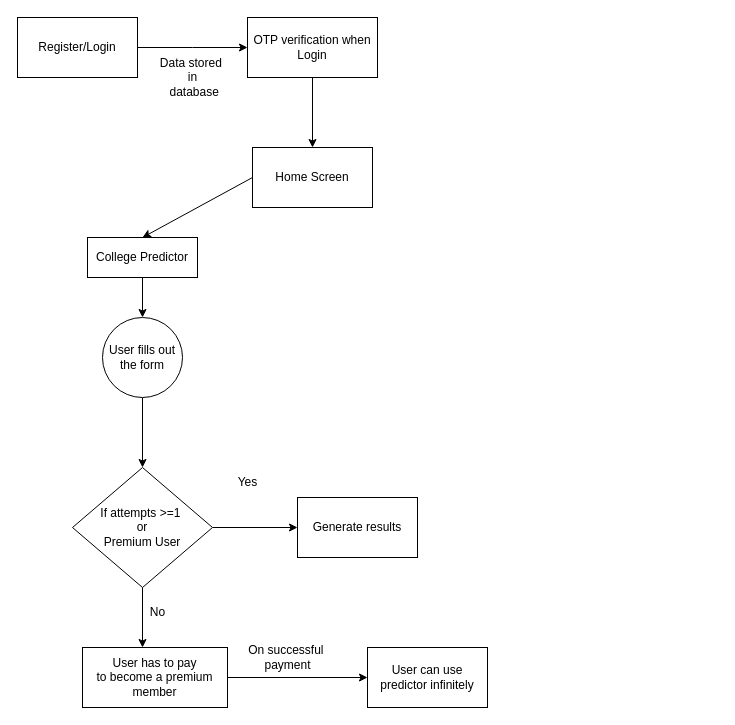
Before: Untitled Diagram.drawio in Mayukh0108/Diagrams, a draw.io diagram. Source tidied: cells renumbered, new cells numbered last; positions are measured from the earlier drawing's top-left corner, leaving out a move shared by most shapes. Both pictures are drawn from the tidied source at 100%, with x=0, y=0 at pixel (17, 17).
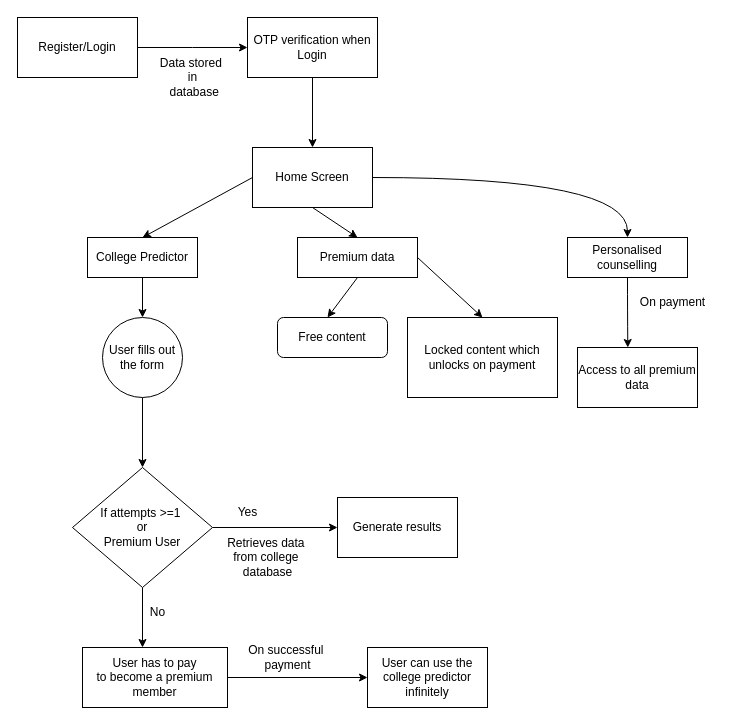
The same page after the edit.

The change refers to these unchanged cells:
```xml
<mxCell id="7" value="Home Screen" style="rounded=0;whiteSpace=wrap;html=1;" parent="1" vertex="1">
  <mxGeometry x="235" y="130" width="120" height="60" as="geometry" />
</mxCell>
```

Diff of the diagram source:
```diff
@@
+    <mxCell id="23" style="edgeStyle=none;rounded=0;jettySize=auto;html=1;exitX=0.5;exitY=1;exitDx=0;exitDy=0;entryX=0.5;entryY=0;entryDx=0;entryDy=0;" parent="1" edge="1" source="7" target="27">
+      <mxGeometry relative="1" as="geometry" />
+    </mxCell>
+    <mxCell id="24" style="edgeStyle=orthogonalEdgeStyle;curved=1;rounded=0;jettySize=auto;html=1;exitX=1;exitY=0.5;exitDx=0;exitDy=0;entryX=0.5;entryY=0;entryDx=0;entryDy=0;" parent="1" edge="1" source="7" target="31">
+      <mxGeometry relative="1" as="geometry" />
+    </mxCell>
@@
     <mxCell id="16" value="Yes" style="text;html=1;align=center;verticalAlign=middle;strokeColor=none;fillColor=none;" parent="1" vertex="1">
-      <mxGeometry x="210" y="450" width="40" height="30" as="geometry" />
+      <mxGeometry x="210" y="480" width="40" height="30" as="geometry" />
     </mxCell>
@@
     <mxCell id="18" value="Generate results" style="rounded=0;whiteSpace=wrap;html=1;" parent="1" vertex="1">
-      <mxGeometry x="280" y="480" width="120" height="60" as="geometry" />
+      <mxGeometry x="320" y="480" width="120" height="60" as="geometry" />
     </mxCell>
@@
-    <mxCell id="22" value="User can use predictor infinitely" style="rounded=0;whiteSpace=wrap;html=1;" parent="1" vertex="1">
+    <mxCell id="22" value="User can use the college predictor infinitely" style="rounded=0;whiteSpace=wrap;html=1;" parent="1" vertex="1">
       <mxGeometry x="350" y="630" width="120" height="60" as="geometry" />
     </mxCell>
+    <mxCell id="25" style="edgeStyle=none;rounded=0;jettySize=auto;html=1;exitX=0.5;exitY=1;exitDx=0;exitDy=0;" parent="1" edge="1" source="27">
+      <mxGeometry relative="1" as="geometry">
+        <mxPoint x="310" y="300" as="targetPoint" />
+      </mxGeometry>
+    </mxCell>
+    <mxCell id="26" style="edgeStyle=none;rounded=0;jettySize=auto;html=1;exitX=1;exitY=0.5;exitDx=0;exitDy=0;entryX=0.5;entryY=0;entryDx=0;entryDy=0;" parent="1" edge="1" source="27" target="29">
+      <mxGeometry relative="1" as="geometry" />
+    </mxCell>
+    <mxCell id="27" value="Premium data" style="rounded=0;whiteSpace=wrap;html=1;" parent="1" vertex="1">
+      <mxGeometry x="280" y="220" width="120" height="40" as="geometry" />
+    </mxCell>
+    <mxCell id="28" value="Free content" style="rounded=1;whiteSpace=wrap;html=1;" parent="1" vertex="1">
+      <mxGeometry x="260" y="300" width="110" height="40" as="geometry" />
+    </mxCell>
+    <mxCell id="29" value="Locked content which unlocks on payment" style="rounded=0;whiteSpace=wrap;html=1;" parent="1" vertex="1">
+      <mxGeometry x="390" y="300" width="150" height="80" as="geometry" />
+    </mxCell>
+    <mxCell id="30" style="edgeStyle=orthogonalEdgeStyle;curved=1;rounded=0;jettySize=auto;html=1;exitX=0.5;exitY=1;exitDx=0;exitDy=0;" parent="1" edge="1" source="31">
+      <mxGeometry relative="1" as="geometry">
+        <mxPoint x="610.3" y="330" as="targetPoint" />
+      </mxGeometry>
+    </mxCell>
+    <mxCell id="31" value="Personalised counselling" style="rounded=0;whiteSpace=wrap;html=1;" parent="1" vertex="1">
+      <mxGeometry x="550" y="220" width="120" height="40" as="geometry" />
+    </mxCell>
+    <mxCell id="32" value="Access to all premium data" style="rounded=0;whiteSpace=wrap;html=1;" parent="1" vertex="1">
+      <mxGeometry x="560" y="330" width="120" height="60" as="geometry" />
+    </mxCell>
+    <mxCell id="33" value="On payment" style="text;html=1;align=center;verticalAlign=middle;strokeColor=none;fillColor=none;" parent="1" vertex="1">
+      <mxGeometry x="610" y="270" width="90" height="30" as="geometry" />
+    </mxCell>
+    <mxCell id="34" value="Retrieves data&amp;nbsp;&lt;div&gt;from college&amp;nbsp;&lt;/div&gt;&lt;div&gt;database&lt;/div&gt;" style="text;html=1;align=center;verticalAlign=middle;strokeColor=none;fillColor=none;" parent="1" vertex="1">
+      <mxGeometry x="200" y="510" width="100" height="60" as="geometry" />
+    </mxCell>
```
